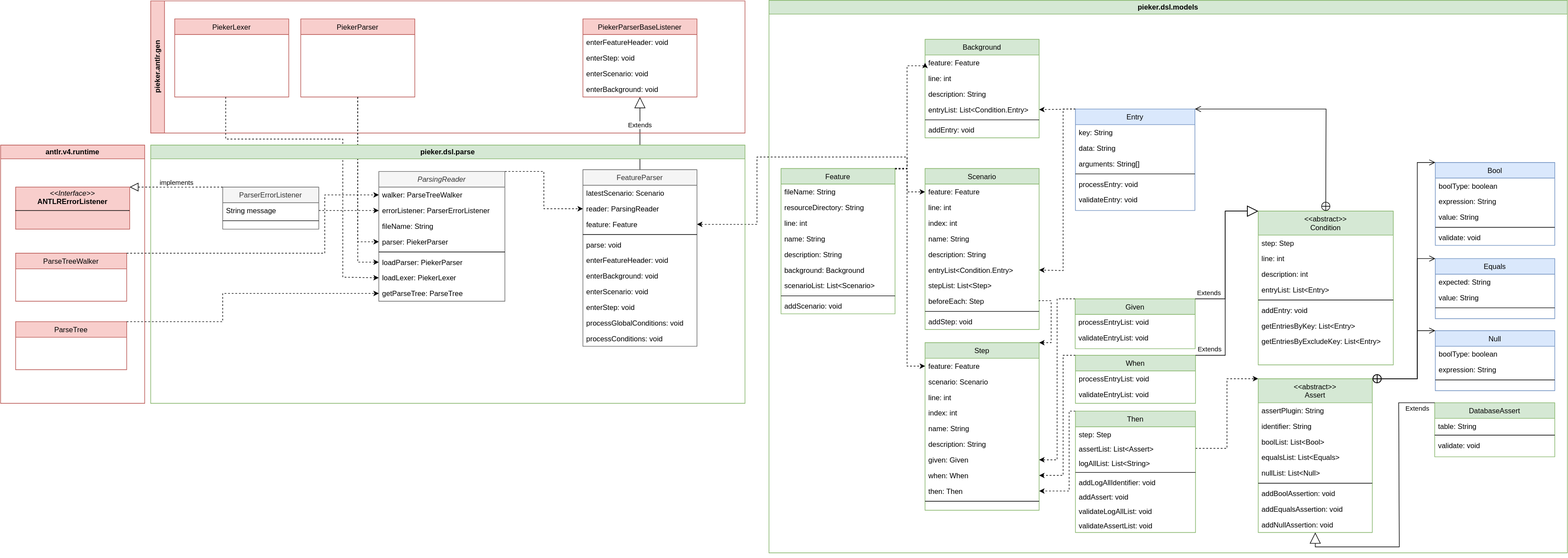
The draw.io diagram dsl/doc/images/classdiagram-dsl.svg in PIEKER/Pieker, before a commit. Source tidied: cells renumbered, new cells last; positions are measured from the earlier drawing's top-left corner, leaving out a move shared by most shapes.
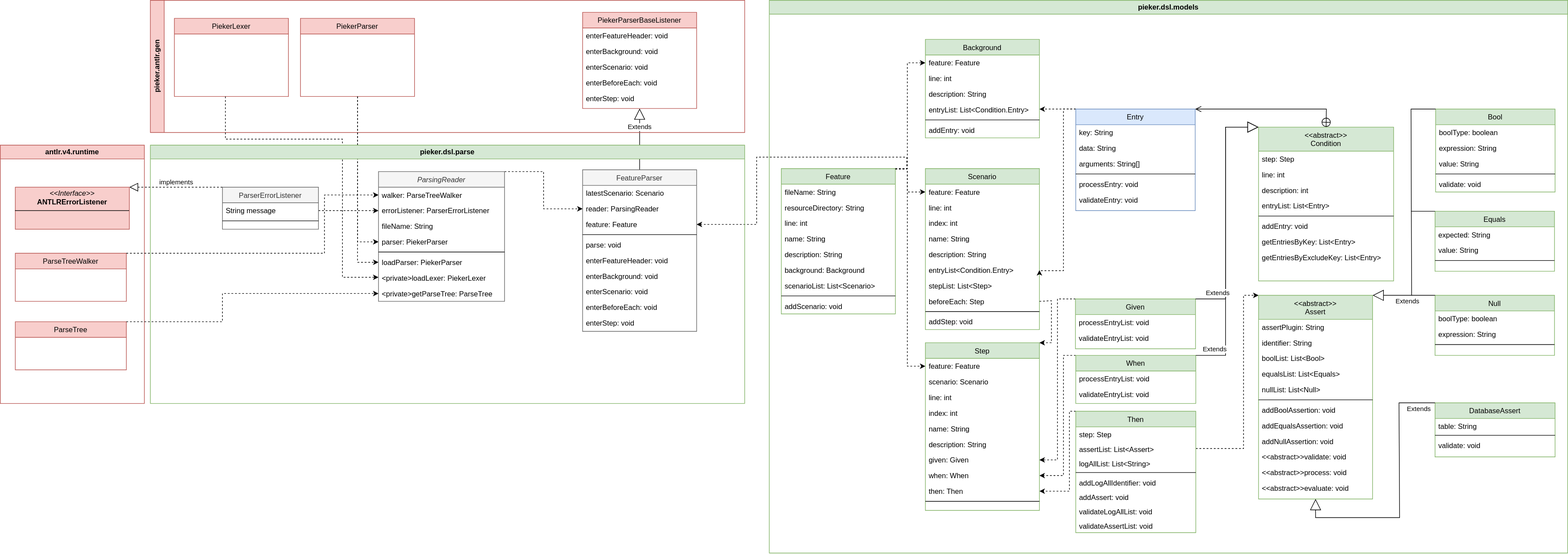
After the change.

The edit, as a diff of the source:
```diff
@@ -3,26 +3,29 @@
     <mxCell id="0" />
     <mxCell id="1" parent="0" />
     <mxCell id="2" value="Extends" style="endArrow=block;endSize=16;endFill=0;html=1;rounded=0;exitX=0.5;exitY=0;exitDx=0;exitDy=0;entryX=0.5;entryY=1;entryDx=0;entryDy=0;" parent="1" edge="1" source="153" target="4">
-      <mxGeometry x="0.23" relative="1" as="geometry" />
+      <mxGeometry x="0.39" relative="1" as="geometry" />
     </mxCell>
     <mxCell id="3" value="pieker.antlr.gen" style="swimlane;horizontal=0;whiteSpace=wrap;html=1;fillColor=#f8cecc;strokeColor=#b85450;" parent="1" vertex="1">
-      <mxGeometry x="250" y="1" width="990" height="220" as="geometry" />
+      <mxGeometry x="250" width="990" height="220" as="geometry" />
     </mxCell>
     <mxCell id="4" value="PiekerParserBaseListener" style="swimlane;fontStyle=0;align=center;verticalAlign=top;horizontal=1;startSize=26;rounded=0;shadow=0;strokeWidth=1;fillColor=#f8cecc;strokeColor=#b85450;" parent="3" vertex="1">
-      <mxGeometry x="720" y="30" width="190" height="130" as="geometry" />
+      <mxGeometry x="720" y="20" width="190" height="160" as="geometry" />
     </mxCell>
     <mxCell id="5" value="enterFeatureHeader: void" style="text;align=left;verticalAlign=top;spacingLeft=4;spacingRight=4;overflow=hidden;" parent="4" vertex="1">
       <mxGeometry y="26" width="190" height="26" as="geometry" />
     </mxCell>
+    <mxCell id="8" value="enterBackground: void" style="text;align=left;verticalAlign=top;spacingLeft=4;spacingRight=4;overflow=hidden;" parent="4" vertex="1">
+      <mxGeometry y="52" width="190" height="26" as="geometry" />
+    </mxCell>
+    <mxCell id="7" value="enterScenario: void" style="text;align=left;verticalAlign=top;spacingLeft=4;spacingRight=4;overflow=hidden;" parent="4" vertex="1">
+      <mxGeometry y="78" width="190" height="26" as="geometry" />
+    </mxCell>
-    <mxCell id="6" value="enterStep: void" style="text;align=left;verticalAlign=top;spacingLeft=4;spacingRight=4;overflow=hidden;" parent="4" vertex="1">
-      <mxGeometry y="52" width="190" height="26" as="geometry" />
+    <mxCell id="6" value="enterBeforeEach: void" style="text;align=left;verticalAlign=top;spacingLeft=4;spacingRight=4;overflow=hidden;" parent="4" vertex="1">
+      <mxGeometry y="104" width="190" height="26" as="geometry" />
     </mxCell>
-    <mxCell id="7" value="enterScenario: void" style="text;align=left;verticalAlign=top;spacingLeft=4;spacingRight=4;overflow=hidden;" parent="4" vertex="1">
-      <mxGeometry y="78" width="190" height="26" as="geometry" />
-    </mxCell>
-    <mxCell id="8" value="enterBackground: void" style="text;align=left;verticalAlign=top;spacingLeft=4;spacingRight=4;overflow=hidden;" parent="4" vertex="1">
-      <mxGeometry y="104" width="190" height="26" as="geometry" />
-    </mxCell>
+    <mxCell id="166" value="enterStep: void" style="text;align=left;verticalAlign=top;spacingLeft=4;spacingRight=4;overflow=hidden;" parent="4" vertex="1">
+      <mxGeometry y="130" width="190" height="26" as="geometry" />
+    </mxCell>
     <mxCell id="9" value="PiekerParser" style="swimlane;fontStyle=0;align=center;verticalAlign=top;horizontal=1;startSize=26;rounded=0;shadow=0;strokeWidth=1;fillColor=#f8cecc;strokeColor=#b85450;" parent="3" vertex="1">
       <mxGeometry x="250" y="30" width="190" height="130" as="geometry" />
     </mxCell>
@@ -74,7 +77,7 @@
       <mxGeometry relative="1" as="geometry" />
     </mxCell>
     <mxCell id="21" value="pieker.dsl.models" style="swimlane;whiteSpace=wrap;html=1;fillColor=#d5e8d4;strokeColor=#82b366;" parent="1" vertex="1">
-      <mxGeometry x="1280" width="1330" height="920" as="geometry" />
+      <mxGeometry x="1281" width="1330" height="920" as="geometry" />
     </mxCell>
     <mxCell id="22" style="edgeStyle=orthogonalEdgeStyle;rounded=0;jettySize=auto;html=1;entryX=0;entryY=0.5;entryDx=0;entryDy=0;exitX=1;exitY=0;exitDx=0;exitDy=0;dashed=1;" parent="21" edge="1" source="23" target="42">
       <mxGeometry relative="1" as="geometry">
@@ -139,7 +142,7 @@
       <mxGeometry relative="1" as="geometry">
         <Array as="points">
           <mxPoint x="230" y="280" />
-          <mxPoint x="230" y="109" />
+          <mxPoint x="230" y="104" />
         </Array>
       </mxGeometry>
     </mxCell>
@@ -210,7 +213,7 @@
       <mxGeometry y="260" width="190" height="8" as="geometry" />
     </mxCell>
     <mxCell id="63" value="&lt;&lt;abstract&gt;&gt;&#10;Condition" style="swimlane;fontStyle=0;align=center;verticalAlign=top;horizontal=1;startSize=40;rounded=0;shadow=0;strokeWidth=1;fillColor=#d5e8d4;strokeColor=#82b366;" parent="21" vertex="1">
-      <mxGeometry x="815" y="351" width="225" height="256" as="geometry" />
+      <mxGeometry x="815" y="211" width="225" height="256" as="geometry" />
     </mxCell>
     <mxCell id="64" value="step: Step" style="text;align=left;verticalAlign=top;spacingLeft=4;spacingRight=4;overflow=hidden;" parent="63" vertex="1">
       <mxGeometry y="40" width="225" height="26" as="geometry" />
@@ -325,8 +328,8 @@
     <mxCell id="91" style="edgeStyle=orthogonalEdgeStyle;rounded=0;jettySize=auto;html=1;entryX=0;entryY=0;entryDx=0;entryDy=0;dashed=1;exitX=1;exitY=0.5;exitDx=0;exitDy=0;" parent="21" edge="1" source="94" target="105">
       <mxGeometry relative="1" as="geometry">
         <Array as="points">
-          <mxPoint x="763" y="746" />
-          <mxPoint x="763" y="630" />
+          <mxPoint x="790" y="746" />
+          <mxPoint x="790" y="491" />
         </Array>
       </mxGeometry>
     </mxCell>
@@ -361,7 +364,7 @@
       <mxGeometry x="-0.87" y="10" relative="1" as="geometry">
         <Array as="points">
           <mxPoint x="760" y="591" />
-          <mxPoint x="760" y="351" />
+          <mxPoint x="760" y="211" />
         </Array>
       </mxGeometry>
     </mxCell>
@@ -369,7 +372,7 @@
       <mxGeometry x="-0.81" y="10" relative="1" as="geometry">
         <Array as="points">
           <mxPoint x="760" y="497" />
-          <mxPoint x="760" y="351" />
+          <mxPoint x="760" y="211" />
         </Array>
       </mxGeometry>
     </mxCell>
@@ -390,7 +393,7 @@
       </mxGeometry>
     </mxCell>
     <mxCell id="105" value="&lt;&lt;abstract&gt;&gt;&#10;Assert" style="swimlane;fontStyle=0;align=center;verticalAlign=top;horizontal=1;startSize=40;rounded=0;shadow=0;strokeWidth=1;fillColor=#d5e8d4;strokeColor=#82b366;" parent="21" vertex="1">
-      <mxGeometry x="815" y="630" width="190" height="256" as="geometry" />
+      <mxGeometry x="815" y="491" width="190" height="339" as="geometry" />
     </mxCell>
     <mxCell id="106" value="assertPlugin: String" style="text;align=left;verticalAlign=top;spacingLeft=4;spacingRight=4;overflow=hidden;rounded=0;shadow=0;html=0;" parent="105" vertex="1">
       <mxGeometry y="40" width="190" height="26" as="geometry" />
@@ -419,8 +422,17 @@
     <mxCell id="114" value="addNullAssertion: void" style="text;align=left;verticalAlign=top;spacingLeft=4;spacingRight=4;overflow=hidden;" parent="105" vertex="1">
       <mxGeometry y="230" width="190" height="26" as="geometry" />
     </mxCell>
+    <mxCell id="167" value="&lt;&lt;abstract&gt;&gt;validate: void" style="text;align=left;verticalAlign=top;spacingLeft=4;spacingRight=4;overflow=hidden;" parent="105" vertex="1">
+      <mxGeometry y="256" width="190" height="26" as="geometry" />
+    </mxCell>
+    <mxCell id="168" value="&lt;&lt;abstract&gt;&gt;process: void" style="text;align=left;verticalAlign=top;spacingLeft=4;spacingRight=4;overflow=hidden;" parent="105" vertex="1">
+      <mxGeometry y="282" width="190" height="26" as="geometry" />
+    </mxCell>
+    <mxCell id="169" value="&lt;&lt;abstract&gt;&gt;evaluate: void" style="text;align=left;verticalAlign=top;spacingLeft=4;spacingRight=4;overflow=hidden;" parent="105" vertex="1">
+      <mxGeometry y="308" width="190" height="26" as="geometry" />
+    </mxCell>
-    <mxCell id="115" value="Equals" style="swimlane;fontStyle=0;align=center;verticalAlign=top;horizontal=1;startSize=26;rounded=0;shadow=0;strokeWidth=1;fillColor=#dae8fc;strokeColor=#6c8ebf;" parent="21" vertex="1">
-      <mxGeometry x="1110" y="430" width="199" height="100" as="geometry" />
+    <mxCell id="115" value="Equals" style="swimlane;fontStyle=0;align=center;verticalAlign=top;horizontal=1;startSize=26;rounded=0;shadow=0;strokeWidth=1;fillColor=#d5e8d4;strokeColor=#82b366;" parent="21" vertex="1">
+      <mxGeometry x="1109" y="351" width="199" height="100" as="geometry" />
     </mxCell>
     <mxCell id="116" value="expected: String" style="text;align=left;verticalAlign=top;spacingLeft=4;spacingRight=4;overflow=hidden;rounded=0;shadow=0;html=0;" parent="115" vertex="1">
       <mxGeometry y="26" width="199" height="26" as="geometry" />
@@ -431,8 +443,8 @@
     <mxCell id="118" style="line;html=1;strokeWidth=1;align=left;verticalAlign=middle;spacingTop=-1;spacingLeft=3;spacingRight=3;labelPosition=right;" parent="115" vertex="1">
       <mxGeometry y="78" width="199" height="8" as="geometry" />
     </mxCell>
-    <mxCell id="119" value="Bool" style="swimlane;fontStyle=0;align=center;verticalAlign=top;horizontal=1;startSize=26;rounded=0;shadow=0;strokeWidth=1;fillColor=#dae8fc;strokeColor=#6c8ebf;" parent="21" vertex="1">
-      <mxGeometry x="1110" y="270" width="199" height="138" as="geometry" />
+    <mxCell id="119" value="Bool" style="swimlane;fontStyle=0;align=center;verticalAlign=top;horizontal=1;startSize=26;rounded=0;shadow=0;strokeWidth=1;fillColor=#d5e8d4;strokeColor=#82b366;" parent="21" vertex="1">
+      <mxGeometry x="1110" y="181" width="199" height="138" as="geometry" />
     </mxCell>
     <mxCell id="120" value="boolType: boolean" style="text;align=left;verticalAlign=top;spacingLeft=4;spacingRight=4;overflow=hidden;" parent="119" vertex="1">
       <mxGeometry y="26" width="199" height="26" as="geometry" />
@@ -449,8 +461,8 @@
     <mxCell id="124" value="validate: void" style="text;align=left;verticalAlign=top;spacingLeft=4;spacingRight=4;overflow=hidden;rounded=0;shadow=0;html=0;" parent="119" vertex="1">
       <mxGeometry y="112" width="199" height="26" as="geometry" />
     </mxCell>
-    <mxCell id="125" value="Null" style="swimlane;fontStyle=0;align=center;verticalAlign=top;horizontal=1;startSize=26;rounded=0;shadow=0;strokeWidth=1;fillColor=#dae8fc;strokeColor=#6c8ebf;" parent="21" vertex="1">
-      <mxGeometry x="1110" y="550" width="199" height="100" as="geometry" />
+    <mxCell id="125" value="Null" style="swimlane;fontStyle=0;align=center;verticalAlign=top;horizontal=1;startSize=26;rounded=0;shadow=0;strokeWidth=1;fillColor=#d5e8d4;strokeColor=#82b366;" parent="21" vertex="1">
+      <mxGeometry x="1109" y="491" width="199" height="100" as="geometry" />
     </mxCell>
     <mxCell id="126" value="boolType: boolean" style="text;align=left;verticalAlign=top;spacingLeft=4;spacingRight=4;overflow=hidden;" parent="125" vertex="1">
       <mxGeometry y="26" width="199" height="26" as="geometry" />
@@ -461,32 +473,6 @@
     <mxCell id="128" style="line;html=1;strokeWidth=1;align=left;verticalAlign=middle;spacingTop=-1;spacingLeft=3;spacingRight=3;labelPosition=right;" parent="125" vertex="1">
       <mxGeometry y="78" width="199" height="8" as="geometry" />
     </mxCell>
-    <mxCell id="129" style="endArrow=open;startArrow=circlePlus;endFill=0;startFill=0;endSize=8;html=1;rounded=0;exitX=1;exitY=0;exitDx=0;exitDy=0;entryX=0;entryY=0;entryDx=0;entryDy=0;" parent="21" edge="1" source="105" target="119">
-      <mxGeometry relative="1" as="geometry">
-        <Array as="points">
-          <mxPoint x="1080" y="630" />
-          <mxPoint x="1080" y="270" />
-        </Array>
-      </mxGeometry>
-    </mxCell>
-    <mxCell id="130" style="endArrow=open;startArrow=circlePlus;endFill=0;startFill=0;endSize=8;html=1;rounded=0;exitX=1;exitY=0;exitDx=0;exitDy=0;entryX=0;entryY=0;entryDx=0;entryDy=0;" parent="21" edge="1" target="115">
-      <mxGeometry relative="1" as="geometry">
-        <mxPoint x="1005" y="630" as="sourcePoint" />
-        <Array as="points">
-          <mxPoint x="1080" y="630" />
-          <mxPoint x="1080" y="430" />
-        </Array>
-      </mxGeometry>
-    </mxCell>
-    <mxCell id="131" style="endArrow=open;startArrow=circlePlus;endFill=0;startFill=0;endSize=8;html=1;rounded=0;exitX=1;exitY=0;exitDx=0;exitDy=0;entryX=0;entryY=0;entryDx=0;entryDy=0;" parent="21" edge="1" target="125">
-      <mxGeometry relative="1" as="geometry">
-        <mxPoint x="1005" y="630" as="sourcePoint" />
-        <Array as="points">
-          <mxPoint x="1080" y="630" />
-          <mxPoint x="1080" y="550" />
-        </Array>
-      </mxGeometry>
-    </mxCell>
     <mxCell id="132" value="DatabaseAssert" style="swimlane;fontStyle=0;align=center;verticalAlign=top;horizontal=1;startSize=26;rounded=0;shadow=0;strokeWidth=1;fillColor=#d5e8d4;strokeColor=#82b366;" parent="21" vertex="1">
       <mxGeometry x="1109" y="670" width="200" height="90" as="geometry" />
     </mxCell>
@@ -499,16 +485,29 @@
     <mxCell id="135" value="validate: void" style="text;align=left;verticalAlign=top;spacingLeft=4;spacingRight=4;overflow=hidden;" parent="132" vertex="1">
       <mxGeometry y="58" width="200" height="24" as="geometry" />
     </mxCell>
-    <mxCell id="136" value="Extends" style="endArrow=block;endSize=16;endFill=0;html=1;rounded=0;exitX=0;exitY=0;exitDx=0;exitDy=0;entryX=0.5;entryY=1;entryDx=0;entryDy=0;" parent="21" edge="1" source="132">
+    <mxCell id="136" value="Extends" style="endArrow=block;endSize=16;endFill=0;html=1;rounded=0;exitX=0;exitY=0;exitDx=0;exitDy=0;entryX=0.5;entryY=1;entryDx=0;entryDy=0;" parent="21" edge="1" source="132" target="105">
       <mxGeometry x="-0.87" y="10" relative="1" as="geometry">
-        <mxPoint x="910" y="886" as="targetPoint" />
         <Array as="points">
           <mxPoint x="1049" y="670" />
-          <mxPoint x="1050" y="910" />
-          <mxPoint x="910" y="910" />
+          <mxPoint x="1050" y="861" />
+          <mxPoint x="910" y="861" />
         </Array>
       </mxGeometry>
     </mxCell>
+    <mxCell id="170" value="Extends" style="endArrow=block;endSize=16;endFill=0;html=1;rounded=0;exitX=0;exitY=0;exitDx=0;exitDy=0;entryX=1;entryY=0;entryDx=0;entryDy=0;" parent="21" edge="1" source="119" target="105">
+      <mxGeometry x="0.72" y="10" relative="1" as="geometry">
+        <Array as="points">
+          <mxPoint x="1069" y="181" />
+          <mxPoint x="1070" y="491" />
+        </Array>
+      </mxGeometry>
+    </mxCell>
+    <mxCell id="171" style="endArrow=none;html=1;rounded=0;entryX=0;entryY=0;entryDx=0;entryDy=0;" parent="21" edge="1">
+      <mxGeometry relative="1" as="geometry">
+        <mxPoint x="1070" y="491" as="sourcePoint" />
+        <mxPoint x="1109" y="491" as="targetPoint" />
+      </mxGeometry>
+    </mxCell>
     <mxCell id="137" style="edgeStyle=orthogonalEdgeStyle;rounded=0;jettySize=auto;html=1;entryX=1;entryY=0.5;entryDx=0;entryDy=0;dashed=1;" parent="1" edge="1" source="23" target="156">
       <mxGeometry relative="1" as="geometry">
         <Array as="points">
@@ -551,10 +550,10 @@
     <mxCell id="146" value="loadParser: PiekerParser" style="text;align=left;verticalAlign=top;spacingLeft=4;spacingRight=4;overflow=hidden;points=[[0,0.5],[1,0.5]];portConstraint=eastwest;" parent="140" vertex="1">
       <mxGeometry y="138" width="210" height="26" as="geometry" />
     </mxCell>
-    <mxCell id="147" value="loadLexer: PiekerLexer" style="text;align=left;verticalAlign=top;spacingLeft=4;spacingRight=4;overflow=hidden;points=[[0,0.5],[1,0.5]];portConstraint=eastwest;" parent="140" vertex="1">
+    <mxCell id="147" value="&lt;private&gt;loadLexer: PiekerLexer" style="text;align=left;verticalAlign=top;spacingLeft=4;spacingRight=4;overflow=hidden;points=[[0,0.5],[1,0.5]];portConstraint=eastwest;" parent="140" vertex="1">
       <mxGeometry y="164" width="210" height="26" as="geometry" />
     </mxCell>
-    <mxCell id="148" value="getParseTree: ParseTree " style="text;align=left;verticalAlign=top;spacingLeft=4;spacingRight=4;overflow=hidden;points=[[0,0.5],[1,0.5]];portConstraint=eastwest;" parent="140" vertex="1">
+    <mxCell id="148" value="&lt;private&gt;getParseTree: ParseTree " style="text;align=left;verticalAlign=top;spacingLeft=4;spacingRight=4;overflow=hidden;points=[[0,0.5],[1,0.5]];portConstraint=eastwest;" parent="140" vertex="1">
       <mxGeometry y="190" width="210" height="26" as="geometry" />
     </mxCell>
     <mxCell id="149" style="edgeStyle=orthogonalEdgeStyle;rounded=0;jettySize=auto;html=1;entryX=0;entryY=0.5;entryDx=0;entryDy=0;dashed=1;exitX=1;exitY=0.5;exitDx=0;exitDy=0;" parent="138" edge="1" source="151" target="142">
@@ -575,7 +574,7 @@
       <mxGeometry y="52" width="160" height="8" as="geometry" />
     </mxCell>
     <mxCell id="153" value="FeatureParser" style="swimlane;fontStyle=0;align=center;verticalAlign=top;horizontal=1;startSize=26;rounded=0;shadow=0;strokeWidth=1;fillColor=#f5f5f5;fontColor=#333333;strokeColor=#666666;" parent="138" vertex="1">
-      <mxGeometry x="720" y="41" width="190" height="294" as="geometry" />
+      <mxGeometry x="720" y="41" width="190" height="269" as="geometry" />
     </mxCell>
     <mxCell id="154" value="latestScenario: Scenario" style="text;align=left;verticalAlign=top;spacingLeft=4;spacingRight=4;overflow=hidden;rounded=0;shadow=0;html=0;" parent="153" vertex="1">
       <mxGeometry y="26" width="190" height="26" as="geometry" />
@@ -601,15 +600,12 @@
     <mxCell id="161" value="enterScenario: void" style="text;align=left;verticalAlign=top;spacingLeft=4;spacingRight=4;overflow=hidden;" parent="153" vertex="1">
       <mxGeometry y="190" width="190" height="26" as="geometry" />
     </mxCell>
+    <mxCell id="163" value="enterBeforeEach: void" style="text;align=left;verticalAlign=top;spacingLeft=4;spacingRight=4;overflow=hidden;" parent="153" vertex="1">
+      <mxGeometry y="216" width="190" height="26" as="geometry" />
+    </mxCell>
     <mxCell id="162" value="enterStep: void" style="text;align=left;verticalAlign=top;spacingLeft=4;spacingRight=4;overflow=hidden;" parent="153" vertex="1">
-      <mxGeometry y="216" width="190" height="26" as="geometry" />
+      <mxGeometry y="242" width="190" height="26" as="geometry" />
     </mxCell>
-    <mxCell id="163" value="processGlobalConditions: void" style="text;align=left;verticalAlign=top;spacingLeft=4;spacingRight=4;overflow=hidden;" parent="153" vertex="1">
-      <mxGeometry y="242" width="190" height="26" as="geometry" />
-    </mxCell>
-    <mxCell id="164" value="processConditions: void" style="text;align=left;verticalAlign=top;spacingLeft=4;spacingRight=4;overflow=hidden;" parent="153" vertex="1">
-      <mxGeometry y="268" width="190" height="26" as="geometry" />
-    </mxCell>
     <mxCell id="165" style="edgeStyle=orthogonalEdgeStyle;rounded=0;jettySize=auto;html=1;entryX=0;entryY=0.5;entryDx=0;entryDy=0;exitX=1;exitY=0;exitDx=0;exitDy=0;dashed=1;" parent="138" edge="1" source="16" target="148">
       <mxGeometry relative="1" as="geometry">
         <Array as="points">
@@ -618,5 +614,10 @@
         </Array>
       </mxGeometry>
     </mxCell>
+    <mxCell id="172" style="endArrow=none;html=1;rounded=0;entryX=0;entryY=0;entryDx=0;entryDy=0;" parent="1" edge="1" target="115">
+      <mxGeometry relative="1" as="geometry">
+        <mxPoint x="2350" y="351" as="sourcePoint" />
+      </mxGeometry>
+    </mxCell>
   </root>
 </mxGraphModel>
```
